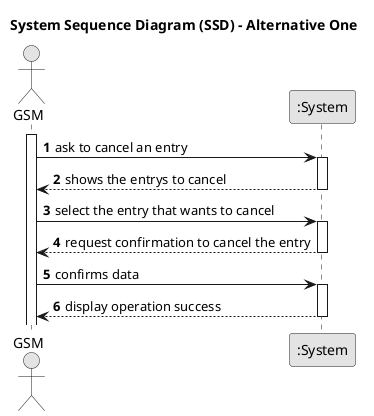
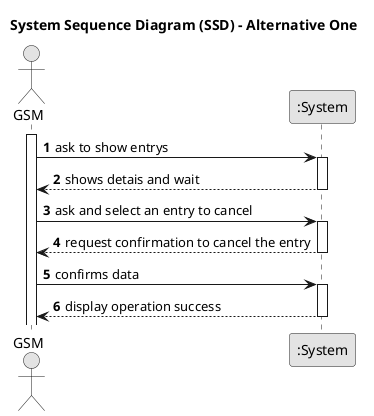
@startuml
skinparam monochrome true
skinparam packageStyle rectangle
skinparam shadowing false

title System Sequence Diagram (SSD) - Alternative One

autonumber

actor "GSM" as Manager
participant ":System" as System

activate Manager

-     Manager -> System : ask to cancel an entry
+     Manager -> System : ask to show entrys
    activate System

-     System --> Manager : shows the entrys to cancel
+     System --> Manager : shows detais and wait
    deactivate System

-     Manager -> System : select the entry that wants to cancel
+     Manager -> System : ask and select an entry to cancel
    activate System

    System --> Manager : request confirmation to cancel the entry
    deactivate System

    Manager -> System : confirms data
    activate System

    System --> Manager : display operation success
    deactivate System


@enduml